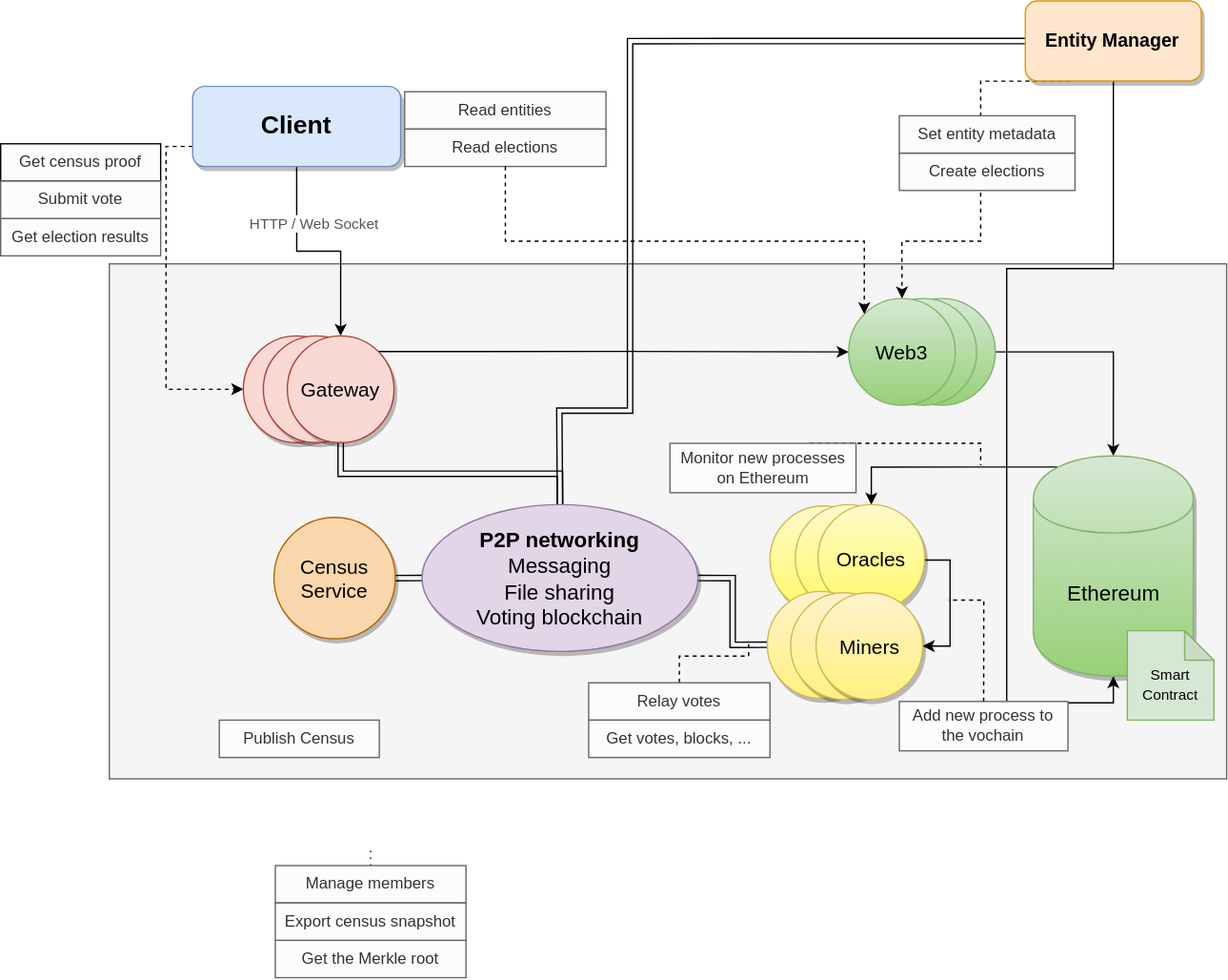
Above: docs/main-architecture.svg in vocdoni/design (draw.io), before the change. Source tidied: cells renumbered, new cells last; positions are measured from the earlier drawing's top-left corner, leaving out a move shared by most shapes.
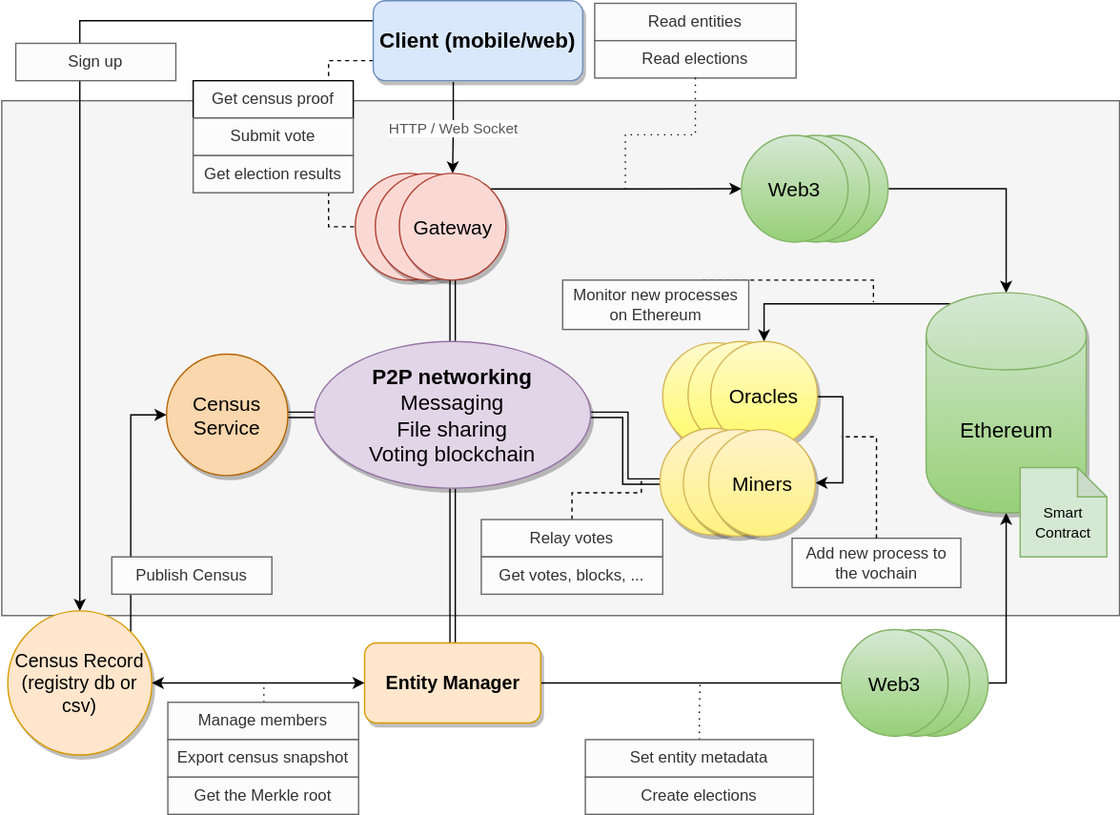
Later version of the same file.

Diff of the diagram source:
```diff
@@ -11,19 +11,28 @@
     <mxCell id="4" style="edgeStyle=orthogonalEdgeStyle;rounded=0;jettySize=auto;html=1;exitX=0;exitY=0.5;exitDx=0;exitDy=0;entryX=1;entryY=0.5;entryDx=0;entryDy=0;startArrow=classic;startFill=1;shape=link;" parent="1" edge="1" source="32" target="19">
       <mxGeometry relative="1" as="geometry" />
     </mxCell>
+    <mxCell id="55" style="ellipse;whiteSpace=wrap;html=1;fillColor=#fad9d5;strokeColor=#ae4132;shadow=1;" parent="1" vertex="1">
+      <mxGeometry x="346.5" y="251.5" width="80" height="80" as="geometry" />
+    </mxCell>
+    <mxCell id="56" style="ellipse;whiteSpace=wrap;html=1;fillColor=#fad9d5;strokeColor=#ae4132;shadow=1;" parent="1" vertex="1">
+      <mxGeometry x="361.5" y="251.5" width="80" height="80" as="geometry" />
+    </mxCell>
-    <mxCell id="5" value="HTTP / Web Socket" style="edgeStyle=orthogonalEdgeStyle;rounded=0;jettySize=auto;html=1;entryX=0.5;entryY=0;entryDx=0;entryDy=0;fontColor=#575757;exitX=0.5;exitY=1;exitDx=0;exitDy=0;" parent="1" edge="1" source="8" target="57">
-      <mxGeometry x="-0.46" y="13" relative="1" as="geometry">
-        <mxPoint y="-1" as="offset" />
+    <mxCell id="5" value="HTTP / Web Socket" style="edgeStyle=orthogonalEdgeStyle;rounded=0;jettySize=auto;html=1;entryX=0.5;entryY=0;entryDx=0;entryDy=0;fontColor=#575757;" parent="1" edge="1" target="57">
+      <mxGeometry relative="1" as="geometry">
+        <mxPoint x="420" y="183" as="sourcePoint" />
       </mxGeometry>
     </mxCell>
+    <mxCell id="62" style="edgeStyle=orthogonalEdgeStyle;rounded=0;jettySize=auto;html=1;exitX=0;exitY=0.25;exitDx=0;exitDy=0;entryX=0.5;entryY=0;entryDx=0;entryDy=0;endArrow=classic;endFill=1;" parent="1" edge="1" source="8" target="66">
+      <mxGeometry relative="1" as="geometry" />
+    </mxCell>
+    <mxCell id="7" style="edgeStyle=orthogonalEdgeStyle;rounded=0;jettySize=auto;html=1;exitX=0;exitY=0.75;exitDx=0;exitDy=0;entryX=0;entryY=0.5;entryDx=0;entryDy=0;strokeColor=#000000;dashed=1;endArrow=none;endFill=0;" parent="1" edge="1" source="8" target="55">
+      <mxGeometry relative="1" as="geometry" />
+    </mxCell>
     <mxCell id="6" style="edgeStyle=orthogonalEdgeStyle;rounded=0;jettySize=auto;html=1;entryX=0;entryY=0.5;entryDx=0;entryDy=0;startArrow=none;startFill=0;endArrow=classic;endFill=1;exitX=1;exitY=0;exitDx=0;exitDy=0;" parent="1" edge="1" source="57" target="38">
       <mxGeometry relative="1" as="geometry" />
     </mxCell>
-    <mxCell id="7" style="edgeStyle=orthogonalEdgeStyle;rounded=0;jettySize=auto;html=1;exitX=0;exitY=0.75;exitDx=0;exitDy=0;entryX=0;entryY=0.5;entryDx=0;entryDy=0;dashed=1;" parent="1" edge="1" source="8" target="55">
-      <mxGeometry relative="1" as="geometry" />
-    </mxCell>
-    <mxCell id="8" value="&lt;font style=&quot;font-size: 19px&quot;&gt;&lt;b&gt;Client&lt;/b&gt;&lt;/font&gt;" style="rounded=1;whiteSpace=wrap;html=1;fillColor=#dae8fc;strokeColor=#6c8ebf;shadow=1;" parent="1" vertex="1">
-      <mxGeometry x="144" y="64" width="156" height="60" as="geometry" />
+    <mxCell id="8" value="&lt;font style=&quot;font-size: 16px&quot;&gt;&lt;b&gt;Client (mobile/web) &lt;/b&gt;&lt;/font&gt;" style="rounded=1;whiteSpace=wrap;html=1;fillColor=#dae8fc;strokeColor=#6c8ebf;shadow=1;" parent="1" vertex="1">
+      <mxGeometry x="360" y="122" width="157" height="60" as="geometry" />
     </mxCell>
     <mxCell id="9" style="edgeStyle=orthogonalEdgeStyle;rounded=0;jettySize=auto;html=1;entryX=0;entryY=0.5;entryDx=0;entryDy=0;startArrow=classic;startFill=1;shape=link;" parent="1" edge="1" source="10" target="19">
       <mxGeometry relative="1" as="geometry" />
@@ -31,28 +40,14 @@
     <mxCell id="10" value="&lt;font style=&quot;font-size: 15px&quot;&gt;Census&lt;br&gt;Service&lt;br&gt;&lt;/font&gt;" style="ellipse;whiteSpace=wrap;html=1;shadow=1;fillColor=#fad7ac;strokeColor=#b46504;" parent="1" vertex="1">
       <mxGeometry x="205" y="387" width="91" height="91" as="geometry" />
     </mxCell>
-    <mxCell id="11" style="edgeStyle=orthogonalEdgeStyle;rounded=0;jettySize=auto;html=1;startArrow=classic;startFill=1;shape=link;exitX=0;exitY=0.5;exitDx=0;exitDy=0;" parent="1" edge="1" source="14" target="19">
-      <mxGeometry relative="1" as="geometry">
-        <Array as="points">
-          <mxPoint x="472" y="30" />
-          <mxPoint x="472" y="307" />
-          <mxPoint x="419" y="307" />
-        </Array>
-      </mxGeometry>
+    <mxCell id="11" style="edgeStyle=orthogonalEdgeStyle;rounded=0;jettySize=auto;html=1;exitX=0.5;exitY=0;exitDx=0;exitDy=0;entryX=0.5;entryY=1;entryDx=0;entryDy=0;startArrow=classic;startFill=1;shape=link;" parent="1" edge="1" source="14" target="19">
+      <mxGeometry relative="1" as="geometry" />
     </mxCell>
     <mxCell id="12" style="edgeStyle=orthogonalEdgeStyle;rounded=0;jettySize=auto;html=1;entryX=0.5;entryY=1;entryDx=0;entryDy=0;" parent="1" edge="1" source="14" target="18">
       <mxGeometry relative="1" as="geometry" />
     </mxCell>
-    <mxCell id="13" style="edgeStyle=orthogonalEdgeStyle;rounded=0;jettySize=auto;html=1;exitX=0.25;exitY=1;exitDx=0;exitDy=0;entryX=0.5;entryY=0;entryDx=0;entryDy=0;dashed=1;" parent="1" edge="1" source="14" target="38">
-      <mxGeometry relative="1" as="geometry">
-        <Array as="points">
-          <mxPoint x="735" y="180" />
-          <mxPoint x="676" y="180" />
-        </Array>
-      </mxGeometry>
-    </mxCell>
     <mxCell id="14" value="&lt;font style=&quot;font-size: 14px&quot;&gt;Entity Manager&lt;br&gt;&lt;/font&gt;" style="rounded=1;whiteSpace=wrap;html=1;fillColor=#ffe6cc;strokeColor=#d79b00;shadow=1;fontStyle=1;" parent="1" vertex="1">
-      <mxGeometry x="768.5" width="132" height="60" as="geometry" />
+      <mxGeometry x="353.5" y="603.5" width="132" height="60" as="geometry" />
     </mxCell>
     <mxCell id="15" style="edgeStyle=orthogonalEdgeStyle;rounded=0;jettySize=auto;html=1;exitX=1;exitY=0.5;exitDx=0;exitDy=0;startArrow=classic;startFill=1;strokeColor=#000000;entryX=1;entryY=0.5;entryDx=0;entryDy=0;endArrow=none;endFill=0;" parent="1" edge="1" source="34" target="30">
       <mxGeometry relative="1" as="geometry">
@@ -65,6 +60,9 @@
     <mxCell id="16" style="edgeStyle=orthogonalEdgeStyle;rounded=0;jettySize=auto;html=1;exitX=0.5;exitY=1;exitDx=0;exitDy=0;entryX=0.5;entryY=0;entryDx=0;entryDy=0;startArrow=classic;startFill=1;shape=link;" parent="1" edge="1" source="57" target="19">
       <mxGeometry relative="1" as="geometry" />
     </mxCell>
+    <mxCell id="57" value="&lt;font style=&quot;font-size: 15px&quot;&gt;Gateway&lt;/font&gt;" style="ellipse;whiteSpace=wrap;html=1;fillColor=#fad9d5;strokeColor=#ae4132;shadow=1;" parent="1" vertex="1">
+      <mxGeometry x="379.5" y="251.5" width="80" height="80" as="geometry" />
+    </mxCell>
     <mxCell id="17" style="edgeStyle=orthogonalEdgeStyle;rounded=0;jettySize=auto;html=1;exitX=0.15;exitY=0.05;exitDx=0;exitDy=0;exitPerimeter=0;entryX=0.5;entryY=0;entryDx=0;entryDy=0;endArrow=classic;endFill=1;strokeColor=#000000;" parent="1" edge="1" source="18" target="30">
       <mxGeometry relative="1" as="geometry">
         <Array as="points">
@@ -78,6 +76,25 @@
     <mxCell id="19" value="&lt;font style=&quot;font-size: 16px&quot;&gt;&lt;b style=&quot;font-size: 16px&quot;&gt;P2P networking&lt;br style=&quot;font-size: 16px&quot;&gt;&lt;/b&gt;Messaging&lt;br style=&quot;font-size: 16px&quot;&gt;File sharing&lt;br style=&quot;font-size: 16px&quot;&gt;Voting blockchain&lt;br style=&quot;font-size: 16px&quot;&gt;&lt;/font&gt;" style="ellipse;whiteSpace=wrap;html=1;shadow=1;align=center;fontSize=16;fillColor=#e1d5e7;strokeColor=#9673a6;" parent="1" vertex="1">
       <mxGeometry x="316" y="377.5" width="207" height="110" as="geometry" />
     </mxCell>
+    <mxCell id="51" value="Get census proof" style="rounded=0;whiteSpace=wrap;html=1;fillColor=#FCFCFC;strokeColor=#000000;fontColor=#333333;fontStyle=0;" parent="1" vertex="1">
+      <mxGeometry x="225" y="182" width="120" height="28" as="geometry" />
+    </mxCell>
+    <mxCell id="63" value="Sign up" style="rounded=0;whiteSpace=wrap;html=1;fillColor=#FCFCFC;strokeColor=#666666;fontColor=#333333;fontStyle=0;" parent="1" vertex="1">
+      <mxGeometry x="92" y="154" width="120" height="28" as="geometry" />
+    </mxCell>
+    <mxCell id="64" style="edgeStyle=orthogonalEdgeStyle;rounded=0;jettySize=auto;html=1;exitX=1;exitY=0.5;exitDx=0;exitDy=0;entryX=0;entryY=0.5;entryDx=0;entryDy=0;startArrow=classic;startFill=1;" parent="1" edge="1" source="66" target="14">
+      <mxGeometry relative="1" as="geometry" />
+    </mxCell>
+    <mxCell id="65" style="edgeStyle=orthogonalEdgeStyle;rounded=0;jettySize=auto;html=1;exitX=1;exitY=0;exitDx=0;exitDy=0;entryX=0;entryY=0.5;entryDx=0;entryDy=0;endArrow=classic;endFill=1;strokeColor=#000000;" parent="1" edge="1" source="66" target="10">
+      <mxGeometry relative="1" as="geometry">
+        <Array as="points">
+          <mxPoint x="178" y="433" />
+        </Array>
+      </mxGeometry>
+    </mxCell>
+    <mxCell id="66" value="&lt;font style=&quot;font-size: 14px&quot;&gt;Census Record (registry db or csv) &lt;/font&gt;" style="ellipse;whiteSpace=wrap;html=1;fillColor=#ffe6cc;strokeColor=#d79b00;shadow=1;" parent="1" vertex="1">
+      <mxGeometry x="86" y="579.5" width="108" height="108" as="geometry" />
+    </mxCell>
     <mxCell id="20" style="edgeStyle=orthogonalEdgeStyle;rounded=0;jettySize=auto;html=1;exitX=0.5;exitY=0;exitDx=0;exitDy=0;startArrow=none;startFill=0;endArrow=none;endFill=0;dashed=1;dashPattern=1 4;" parent="1" edge="1" source="48">
       <mxGeometry relative="1" as="geometry">
         <mxPoint x="278" y="634" as="targetPoint" />
@@ -86,6 +103,20 @@
         </Array>
       </mxGeometry>
     </mxCell>
+    <mxCell id="59" value="Read entities" style="rounded=0;whiteSpace=wrap;html=1;fillColor=#FCFCFC;strokeColor=#666666;fontColor=#333333;fontStyle=0;" parent="1" vertex="1">
+      <mxGeometry x="526" y="124" width="151" height="28" as="geometry" />
+    </mxCell>
+    <mxCell id="60" value="Read elections" style="rounded=0;whiteSpace=wrap;html=1;fillColor=#FCFCFC;strokeColor=#666666;fontColor=#333333;fontStyle=0;" parent="1" vertex="1">
+      <mxGeometry x="526" y="152" width="151" height="28" as="geometry" />
+    </mxCell>
+    <mxCell id="67" style="edgeStyle=orthogonalEdgeStyle;rounded=0;jettySize=auto;html=1;exitX=0.5;exitY=1;exitDx=0;exitDy=0;startArrow=none;startFill=0;endArrow=none;endFill=0;dashed=1;dashPattern=1 4;" parent="1" edge="1" source="60">
+      <mxGeometry relative="1" as="geometry">
+        <mxPoint x="549" y="265" as="targetPoint" />
+      </mxGeometry>
+    </mxCell>
+    <mxCell id="52" value="Get election results" style="rounded=0;whiteSpace=wrap;html=1;fillColor=#FCFCFC;strokeColor=#666666;fontColor=#333333;fontStyle=0;" parent="1" vertex="1">
+      <mxGeometry x="225" y="238" width="120" height="28" as="geometry" />
+    </mxCell>
     <mxCell id="21" value="Add new process to the vochain" style="rounded=0;whiteSpace=wrap;html=1;fillColor=#FCFCFC;strokeColor=#666666;fontColor=#333333;fontStyle=0;" parent="1" vertex="1">
       <mxGeometry x="674" y="525" width="126.5" height="37" as="geometry" />
     </mxCell>
@@ -97,6 +128,11 @@
     <mxCell id="23" value="Relay votes" style="rounded=0;whiteSpace=wrap;html=1;fillColor=#FCFCFC;strokeColor=#666666;fontColor=#333333;fontStyle=0;" parent="1" vertex="1">
       <mxGeometry x="441" y="511" width="136" height="28" as="geometry" />
     </mxCell>
+    <mxCell id="68" style="edgeStyle=orthogonalEdgeStyle;rounded=0;jettySize=auto;html=1;exitX=0.5;exitY=0;exitDx=0;exitDy=0;dashed=1;dashPattern=1 4;startArrow=none;startFill=0;endArrow=none;endFill=0;" parent="1" edge="1" source="42">
+      <mxGeometry relative="1" as="geometry">
+        <mxPoint x="605" y="635" as="targetPoint" />
+      </mxGeometry>
+    </mxCell>
     <mxCell id="24" value="&lt;font&gt;&lt;br&gt;&lt;font style=&quot;font-size: 11px&quot;&gt;Smart Contract&lt;/font&gt;&lt;/font&gt;" style="shape=note;whiteSpace=wrap;html=1;backgroundOutline=1;darkOpacity=0.05;strokeColor=#82b366;fillColor=#d5e8d4;size=22;" parent="1" vertex="1">
       <mxGeometry x="845" y="472" width="65" height="67" as="geometry" />
     </mxCell>
@@ -147,20 +183,35 @@
     <mxCell id="38" value="&lt;font style=&quot;font-size: 15px&quot;&gt;Web3&lt;/font&gt;" style="ellipse;whiteSpace=wrap;html=1;fillColor=#d5e8d4;strokeColor=#82b366;gradientColor=#97d077;" parent="35" vertex="1">
       <mxGeometry width="80" height="80" as="geometry" />
     </mxCell>
+    <mxCell id="69" style="group;" parent="1" vertex="1">
+      <mxGeometry x="711" y="593.5" width="110" height="80" as="geometry" />
+    </mxCell>
+    <mxCell id="70" style="ellipse;whiteSpace=wrap;html=1;fillColor=#d5e8d4;strokeColor=#82b366;gradientColor=#97d077;" parent="69" vertex="1">
+      <mxGeometry x="30" width="80" height="80" as="geometry" />
+    </mxCell>
+    <mxCell id="71" style="ellipse;whiteSpace=wrap;html=1;fillColor=#d5e8d4;strokeColor=#82b366;gradientColor=#97d077;" parent="69" vertex="1">
+      <mxGeometry x="16" width="80" height="80" as="geometry" />
+    </mxCell>
+    <mxCell id="72" value="&lt;font style=&quot;font-size: 15px&quot;&gt;Web3&lt;/font&gt;" style="ellipse;whiteSpace=wrap;html=1;fillColor=#d5e8d4;strokeColor=#82b366;gradientColor=#97d077;" parent="69" vertex="1">
+      <mxGeometry width="80" height="80" as="geometry" />
+    </mxCell>
     <mxCell id="39" style="group;" parent="1" vertex="1">
-      <mxGeometry x="674" y="86" width="131.8" height="56" as="geometry" />
+      <mxGeometry x="519" y="676" width="171" height="56" as="geometry" />
     </mxCell>
     <mxCell id="40" style="edgeStyle=orthogonalEdgeStyle;rounded=0;jettySize=auto;html=1;exitX=0.5;exitY=0;exitDx=0;exitDy=0;dashed=1;startArrow=none;startFill=0;endArrow=none;endFill=0;" parent="39" edge="1" source="41">
       <mxGeometry relative="1" as="geometry">
-        <mxPoint x="46.6" y="9" as="targetPoint" />
+        <mxPoint x="60.5" y="9" as="targetPoint" />
       </mxGeometry>
     </mxCell>
     <mxCell id="41" value="Create elections" style="rounded=0;whiteSpace=wrap;html=1;fillColor=#FCFCFC;strokeColor=#666666;fontColor=#333333;fontStyle=0;" parent="39" vertex="1">
-      <mxGeometry y="28" width="131.8" height="28" as="geometry" />
+      <mxGeometry y="28" width="171" height="28" as="geometry" />
     </mxCell>
     <mxCell id="42" value="Set entity metadata" style="rounded=0;whiteSpace=wrap;html=1;fillColor=#FCFCFC;strokeColor=#666666;fontColor=#333333;fontStyle=0;" parent="39" vertex="1">
-      <mxGeometry width="131.8" height="28" as="geometry" />
+      <mxGeometry width="171" height="28" as="geometry" />
     </mxCell>
+    <mxCell id="53" value="Submit vote" style="rounded=0;whiteSpace=wrap;html=1;fillColor=#FCFCFC;strokeColor=#666666;fontColor=#333333;fontStyle=0;" parent="1" vertex="1">
+      <mxGeometry x="225" y="210" width="120" height="28" as="geometry" />
+    </mxCell>
     <mxCell id="43" value="Get votes, blocks, ..." style="rounded=0;whiteSpace=wrap;html=1;fillColor=#FCFCFC;strokeColor=#666666;fontColor=#333333;fontStyle=0;" parent="1" vertex="1">
       <mxGeometry x="441" y="539" width="136" height="28" as="geometry" />
     </mxCell>
@@ -187,46 +238,5 @@
     <mxCell id="49" value="Export census snapshot" style="rounded=0;whiteSpace=wrap;html=1;fillColor=#FCFCFC;strokeColor=#666666;fontColor=#333333;fontStyle=0;" parent="46" vertex="1">
       <mxGeometry y="28" width="143" height="28" as="geometry" />
     </mxCell>
-    <mxCell id="50" style="group;" parent="1" vertex="1">
-      <mxGeometry y="107" width="120" height="84" as="geometry" />
-    </mxCell>
-    <mxCell id="51" value="Get census proof" style="rounded=0;whiteSpace=wrap;html=1;fillColor=#FCFCFC;strokeColor=#000000;fontColor=#333333;fontStyle=0;" parent="50" vertex="1">
-      <mxGeometry width="120" height="28" as="geometry" />
-    </mxCell>
-    <mxCell id="52" value="Get election results" style="rounded=0;whiteSpace=wrap;html=1;fillColor=#FCFCFC;strokeColor=#666666;fontColor=#333333;fontStyle=0;" parent="50" vertex="1">
-      <mxGeometry y="56" width="120" height="28" as="geometry" />
-    </mxCell>
-    <mxCell id="53" value="Submit vote" style="rounded=0;whiteSpace=wrap;html=1;fillColor=#FCFCFC;strokeColor=#666666;fontColor=#333333;fontStyle=0;" parent="50" vertex="1">
-      <mxGeometry y="28" width="120" height="28" as="geometry" />
-    </mxCell>
-    <mxCell id="54" style="group;" parent="1" vertex="1">
-      <mxGeometry x="182" y="251" width="113" height="80" as="geometry" />
-    </mxCell>
-    <mxCell id="55" style="ellipse;whiteSpace=wrap;html=1;fillColor=#fad9d5;strokeColor=#ae4132;shadow=1;" parent="54" vertex="1">
-      <mxGeometry width="80" height="80" as="geometry" />
-    </mxCell>
-    <mxCell id="56" style="ellipse;whiteSpace=wrap;html=1;fillColor=#fad9d5;strokeColor=#ae4132;shadow=1;" parent="54" vertex="1">
-      <mxGeometry x="15" width="80" height="80" as="geometry" />
-    </mxCell>
-    <mxCell id="57" value="&lt;font style=&quot;font-size: 15px&quot;&gt;Gateway&lt;/font&gt;" style="ellipse;whiteSpace=wrap;html=1;fillColor=#fad9d5;strokeColor=#ae4132;shadow=1;" parent="54" vertex="1">
-      <mxGeometry x="33" width="80" height="80" as="geometry" />
-    </mxCell>
-    <mxCell id="58" style="group;" parent="1" vertex="1">
-      <mxGeometry x="303" y="68" width="151" height="56" as="geometry" />
-    </mxCell>
-    <mxCell id="59" value="Read entities" style="rounded=0;whiteSpace=wrap;html=1;fillColor=#FCFCFC;strokeColor=#666666;fontColor=#333333;fontStyle=0;" parent="58" vertex="1">
-      <mxGeometry width="151" height="28" as="geometry" />
-    </mxCell>
-    <mxCell id="60" value="Read elections" style="rounded=0;whiteSpace=wrap;html=1;fillColor=#FCFCFC;strokeColor=#666666;fontColor=#333333;fontStyle=0;" parent="58" vertex="1">
-      <mxGeometry y="28" width="151" height="28" as="geometry" />
-    </mxCell>
-    <mxCell id="61" style="edgeStyle=orthogonalEdgeStyle;rounded=0;jettySize=auto;html=1;exitX=0.5;exitY=1;exitDx=0;exitDy=0;dashed=1;entryX=0;entryY=0;entryDx=0;entryDy=0;" parent="1" edge="1" source="60" target="38">
-      <mxGeometry relative="1" as="geometry">
-        <Array as="points">
-          <mxPoint x="379" y="180" />
-          <mxPoint x="648" y="180" />
-        </Array>
-      </mxGeometry>
-    </mxCell>
   </root>
 </mxGraphModel>
```
